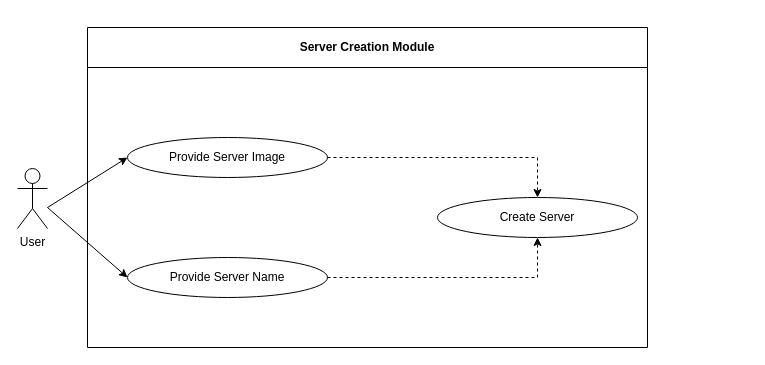
This is Usecase Diagram/Server Creation Module.drawio from Harshul1484/BMP-, a draw.io file, before an edit. Source tidied: cells renumbered, new cells numbered last; positions are measured from the earlier drawing's top-left corner, leaving out a move shared by most shapes. Both pictures are drawn from the tidied source at 100%, with x=0, y=0 at pixel (17, 27).
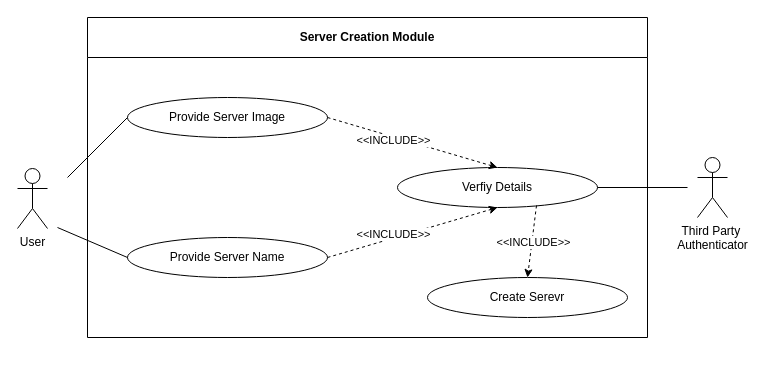
The same page after the edit.

The edit, as a diff of the source:
```diff
@@
 <mxGraphModel>
   <root>
     <mxCell id="0" />
     <mxCell id="1" parent="0" />
     <mxCell id="2" value="Server Creation Module" style="swimlane;whiteSpace=wrap;html=1;startSize=40;" parent="1" vertex="1">
-      <mxGeometry x="70" width="560" height="320" as="geometry" />
+      <mxGeometry x="70" y="-10" width="560" height="320" as="geometry" />
     </mxCell>
     <mxCell id="3" value="Provide Server Name" style="ellipse;whiteSpace=wrap;html=1;" parent="2" vertex="1">
-      <mxGeometry x="40" y="230" width="200" height="40" as="geometry" />
+      <mxGeometry x="40" y="220" width="200" height="40" as="geometry" />
     </mxCell>
     <mxCell id="4" value="Provide Server Image" style="ellipse;whiteSpace=wrap;html=1;" parent="2" vertex="1">
-      <mxGeometry x="40" y="110" width="200" height="40" as="geometry" />
+      <mxGeometry x="40" y="80" width="200" height="40" as="geometry" />
     </mxCell>
-    <mxCell id="5" value="Create Server" style="ellipse;whiteSpace=wrap;html=1;" parent="2" vertex="1">
-      <mxGeometry x="350" y="170" width="200" height="40" as="geometry" />
+    <mxCell id="5" value="Verfiy Details" style="ellipse;whiteSpace=wrap;html=1;" parent="2" vertex="1">
+      <mxGeometry x="310" y="150" width="200" height="40" as="geometry" />
     </mxCell>
     <mxCell id="6" style="edgeStyle=none;jettySize=auto;html=1;rounded=0;exitX=1;exitY=0.5;exitDx=0;exitDy=0;entryX=0.5;entryY=0;entryDx=0;entryDy=0;dashed=1;" parent="2" edge="1" source="4" target="5">
-      <mxGeometry relative="1" as="geometry">
-        <Array as="points">
-          <mxPoint x="450" y="130" />
-        </Array>
-      </mxGeometry>
+      <mxGeometry relative="1" as="geometry" />
     </mxCell>
+    <mxCell id="11" value="&amp;lt;&amp;lt;INCLUDE&amp;gt;&amp;gt;" style="edgeLabel;html=1;align=center;verticalAlign=middle;" parent="6" vertex="1">
+      <mxGeometry x="-0.22" y="-3" relative="1" as="geometry" />
+    </mxCell>
     <mxCell id="7" style="edgeStyle=none;jettySize=auto;html=1;rounded=0;exitX=1;exitY=0.5;exitDx=0;exitDy=0;entryX=0.5;entryY=1;entryDx=0;entryDy=0;dashed=1;" parent="2" edge="1" source="3" target="5">
-      <mxGeometry relative="1" as="geometry">
-        <Array as="points">
-          <mxPoint x="450" y="250" />
-        </Array>
-      </mxGeometry>
+      <mxGeometry relative="1" as="geometry" />
     </mxCell>
-    <mxCell id="8" style="endArrow=classic;html=1;rounded=0;entryX=0;entryY=0.5;entryDx=0;entryDy=0;" parent="1" edge="1" target="4">
-      <mxGeometry relative="1" as="geometry">
-        <mxPoint x="30" y="180" as="sourcePoint" />
-      </mxGeometry>
-    </mxCell>
-    <mxCell id="9" style="endArrow=classic;html=1;rounded=0;entryX=0;entryY=0.5;entryDx=0;entryDy=0;" parent="1" edge="1" target="3">
-      <mxGeometry relative="1" as="geometry">
-        <mxPoint x="30" y="180" as="sourcePoint" />
-      </mxGeometry>
-    </mxCell>
+    <mxCell id="12" value="&amp;lt;&amp;lt;INCLUDE&amp;gt;&amp;gt;" style="edgeLabel;html=1;align=center;verticalAlign=middle;" parent="7" vertex="1">
+      <mxGeometry x="-0.22" y="4" relative="1" as="geometry" />
+    </mxCell>
+    <mxCell id="13" value="Create Serevr" style="ellipse;whiteSpace=wrap;html=1;" parent="2" vertex="1">
+      <mxGeometry x="340" y="260" width="200" height="40" as="geometry" />
+    </mxCell>
+    <mxCell id="14" style="endArrow=classic;html=1;rounded=0;exitX=0.695;exitY=0.95;exitDx=0;exitDy=0;entryX=0.5;entryY=0;entryDx=0;entryDy=0;dashed=1;exitPerimeter=0;" parent="2" edge="1" source="5" target="13">
+      <mxGeometry relative="1" as="geometry" />
+    </mxCell>
+    <mxCell id="15" value="&amp;lt;&amp;lt;INCLUDE&amp;gt;&amp;gt;" style="edgeLabel;html=1;align=center;verticalAlign=middle;" parent="14" vertex="1">
+      <mxGeometry x="0.02" y="1" relative="1" as="geometry" />
+    </mxCell>
     <mxCell id="10" value="User" style="shape=umlActor;verticalLabelPosition=bottom;verticalAlign=top;html=1;" parent="1" vertex="1">
       <mxGeometry y="141" width="30" height="60" as="geometry" />
     </mxCell>
+    <mxCell id="16" style="endArrow=none;html=1;rounded=0;entryX=0;entryY=0.5;entryDx=0;entryDy=0;" parent="1" edge="1" target="4">
+      <mxGeometry relative="1" as="geometry">
+        <mxPoint x="50" y="150" as="sourcePoint" />
+      </mxGeometry>
+    </mxCell>
+    <mxCell id="17" style="endArrow=none;html=1;rounded=0;entryX=0;entryY=0.5;entryDx=0;entryDy=0;" parent="1" edge="1" target="3">
+      <mxGeometry relative="1" as="geometry">
+        <mxPoint x="40" y="200" as="sourcePoint" />
+      </mxGeometry>
+    </mxCell>
+    <mxCell id="18" value="Third Party&amp;nbsp;&lt;br&gt;Authenticator" style="shape=umlActor;verticalLabelPosition=bottom;verticalAlign=top;html=1;" parent="1" vertex="1">
+      <mxGeometry x="680" y="130" width="30" height="60" as="geometry" />
+    </mxCell>
+    <mxCell id="19" style="endArrow=none;html=1;rounded=0;exitX=1;exitY=0.5;exitDx=0;exitDy=0;" parent="1" edge="1" source="5">
+      <mxGeometry relative="1" as="geometry">
+        <mxPoint x="670" y="160" as="targetPoint" />
+      </mxGeometry>
+    </mxCell>
   </root>
 </mxGraphModel>
```
